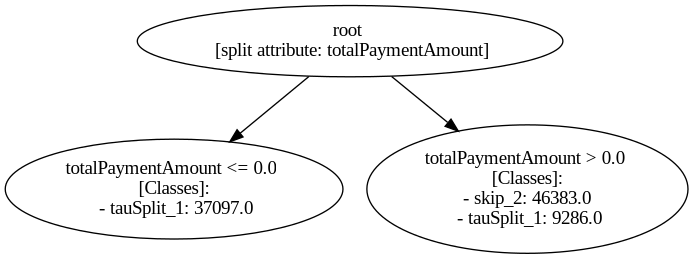
Earlier version of the Graphviz export figures/Road_Traffic_Fine_Management_Process-p_2-4.gv.png (piepor/multiple-paths-decision-mining). Its source is kept beside it as figures/Road_Traffic_Fine_Management_Process-p_2-4.gv. The source it was exported from:
```dot
digraph "Road_Traffic_Fine_Management_Process-p_2-4" {
	"c219f677-eb77-4bbe-9269-a207aafbb429" [label="root
 [split attribute: totalPaymentAmount]"]
	"f844da24-196b-4ea8-883c-0a6a678db0ce" [label="totalPaymentAmount <= 0.0
 [Classes]:
 - tauSplit_1: 37097.0"]
	"c219f677-eb77-4bbe-9269-a207aafbb429" -> "f844da24-196b-4ea8-883c-0a6a678db0ce"
	"53855c05-5f68-418b-9573-a6415a2fb9e2" [label="totalPaymentAmount > 0.0
 [Classes]:
 - skip_2: 46383.0
 - tauSplit_1: 9286.0"]
	"c219f677-eb77-4bbe-9269-a207aafbb429" -> "53855c05-5f68-418b-9573-a6415a2fb9e2"
}
```
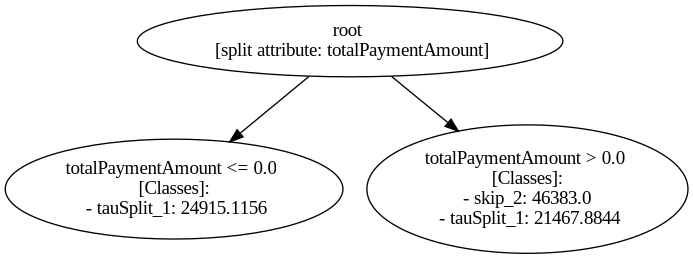
The same file after the commit.

Diff of the diagram source:
```diff
@@ -1,13 +1,13 @@
 digraph "Road_Traffic_Fine_Management_Process-p_2-4" {
-	"c219f677-eb77-4bbe-9269-a207aafbb429" [label="root
+	"e05601fe-89a8-4139-932a-274162f5d6ee" [label="root
  [split attribute: totalPaymentAmount]"]
-	"f844da24-196b-4ea8-883c-0a6a678db0ce" [label="totalPaymentAmount <= 0.0
+	"f626193f-3d02-45df-b5ec-d847946f12c1" [label="totalPaymentAmount <= 0.0
  [Classes]:
- - tauSplit_1: 37097.0"]
-	"c219f677-eb77-4bbe-9269-a207aafbb429" -> "f844da24-196b-4ea8-883c-0a6a678db0ce"
-	"53855c05-5f68-418b-9573-a6415a2fb9e2" [label="totalPaymentAmount > 0.0
+ - tauSplit_1: 24915.1156"]
+	"e05601fe-89a8-4139-932a-274162f5d6ee" -> "f626193f-3d02-45df-b5ec-d847946f12c1"
+	"7aabac2a-266c-43dc-9f88-6bc7e07a1d73" [label="totalPaymentAmount > 0.0
  [Classes]:
  - skip_2: 46383.0
- - tauSplit_1: 9286.0"]
-	"c219f677-eb77-4bbe-9269-a207aafbb429" -> "53855c05-5f68-418b-9573-a6415a2fb9e2"
+ - tauSplit_1: 21467.8844"]
+	"e05601fe-89a8-4139-932a-274162f5d6ee" -> "7aabac2a-266c-43dc-9f88-6bc7e07a1d73"
 }
```
